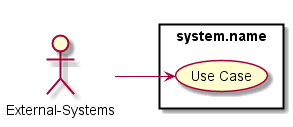
Earlier version of the PlantUML export docs/Actors/External-Systems/UseCases.png (CAADE/ADC).
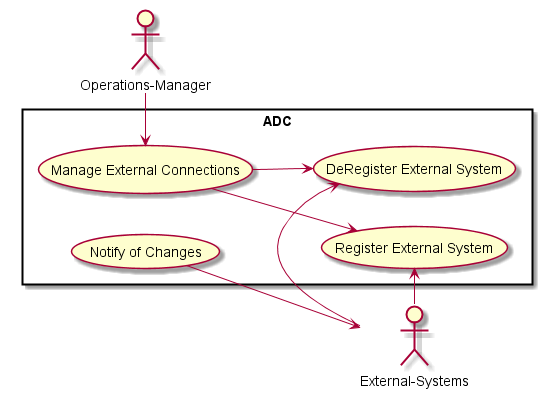
Above is the later version.

Change to the diagram source:
```diff
@@ -2,12 +2,21 @@
 
 left to right direction
 
-:External-Systems: as Actor
+:External-Systems: as system
+:Operations-Manager: as ops
 
-rectangle "system.name" {
-    (Use Case) as U1
+rectangle "ADC" {
+    (Register External System) as U1
+    (DeRegister External System) as U2
+    (Notify of Changes) as U3
+    (Manage External Connections) as U4
 }
 
-Actor --> U1
+system -> U1
+system -> U2
+U3 -> system
+ops -> U4
+U4 --> U2
+U4 --> U1
 
 @enduml
```
